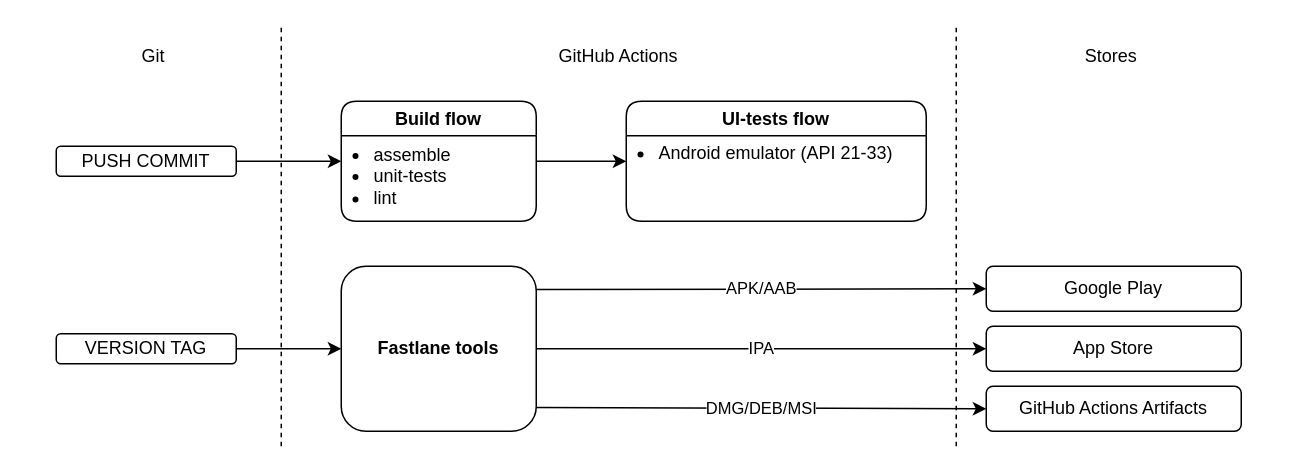
The draw.io diagram screenshoots/ci_cd.drawio in softartdev/NoteDelight, before the edit. Source tidied: cells renumbered, new cells numbered last; positions are measured from the earlier drawing's top-left corner, leaving out a move shared by most shapes. Both pictures are drawn from the tidied source at 150%, with x=0, y=0 at pixel (26, 26).
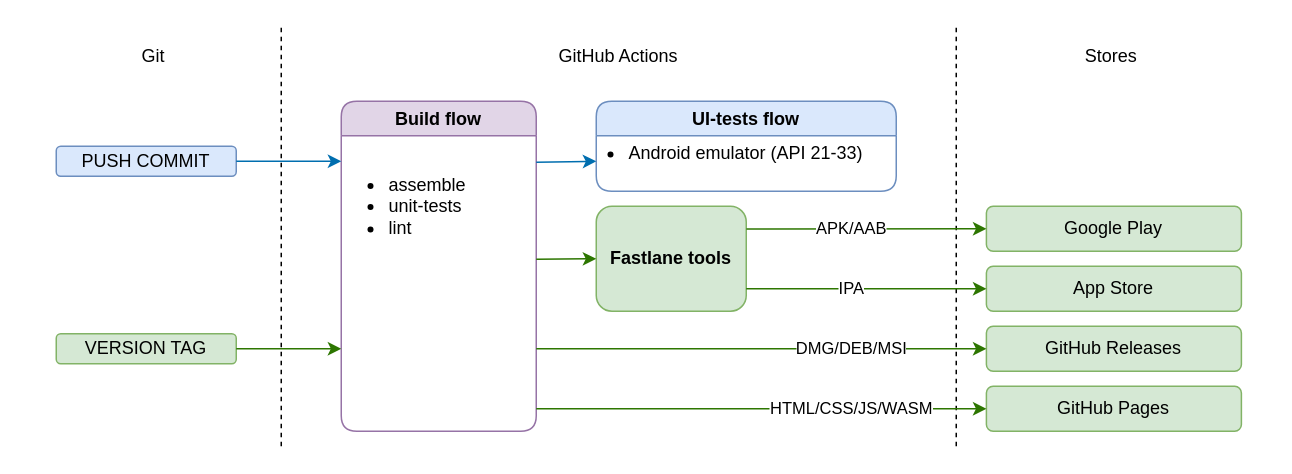
The same page after the edit.

The change refers to these unchanged cells:
```xml
<mxCell id="16" value="&lt;ul&gt;&lt;li&gt;Android emulator (API 21-33)&lt;/li&gt;&lt;/ul&gt;" style="text;html=1;align=left;verticalAlign=middle;points=[];strokeColor=none;fillColor=none;" parent="15" vertex="1">
  <mxGeometry x="-20" y="10" width="220" height="50" as="geometry" />
</mxCell>
```

Change to the diagram source:
```diff
@@
-    <mxCell id="5" value="PUSH COMMIT" style="rounded=1;whiteSpace=wrap;html=1;" parent="1" vertex="1">
+    <mxCell id="5" value="PUSH COMMIT" style="rounded=1;whiteSpace=wrap;html=1;fillColor=#dae8fc;strokeColor=#6c8ebf;" parent="1" vertex="1">
       <mxGeometry x="20" y="80" width="120" height="20" as="geometry" />
     </mxCell>
-    <mxCell id="6" value="VERSION TAG" style="rounded=1;whiteSpace=wrap;html=1;" parent="1" vertex="1">
+    <mxCell id="6" value="VERSION TAG" style="rounded=1;whiteSpace=wrap;html=1;fillColor=#d5e8d4;strokeColor=#82b366;" parent="1" vertex="1">
       <mxGeometry x="20" y="205" width="120" height="20" as="geometry" />
     </mxCell>
-    <mxCell id="7" value="&lt;b&gt;Fastlane tools&lt;/b&gt;" style="rounded=1;whiteSpace=wrap;html=1;" parent="1" vertex="1">
-      <mxGeometry x="210" y="160" width="130" height="110" as="geometry" />
+    <mxCell id="7" value="&lt;b&gt;Fastlane tools&lt;/b&gt;" style="rounded=1;whiteSpace=wrap;html=1;fillColor=#d5e8d4;strokeColor=#82b366;" parent="1" vertex="1">
+      <mxGeometry x="380" y="120" width="100" height="70" as="geometry" />
     </mxCell>
-    <mxCell id="8" value="Google Play" style="rounded=1;whiteSpace=wrap;html=1;" parent="1" vertex="1">
-      <mxGeometry x="640" y="160" width="170" height="30" as="geometry" />
+    <mxCell id="8" value="Google Play" style="rounded=1;whiteSpace=wrap;html=1;fillColor=#d5e8d4;strokeColor=#82b366;" parent="1" vertex="1">
+      <mxGeometry x="640.1" y="120" width="170" height="30" as="geometry" />
     </mxCell>
@@
-    <mxCell id="11" value="App Store" style="rounded=1;whiteSpace=wrap;html=1;" parent="1" vertex="1">
-      <mxGeometry x="640" y="200" width="170" height="30" as="geometry" />
+    <mxCell id="11" value="App Store" style="rounded=1;whiteSpace=wrap;html=1;fillColor=#d5e8d4;strokeColor=#82b366;" parent="1" vertex="1">
+      <mxGeometry x="640.1" y="160" width="170" height="30" as="geometry" />
     </mxCell>
-    <mxCell id="12" value="&lt;div&gt;GitHub Actions Artifacts&lt;/div&gt;" style="rounded=1;whiteSpace=wrap;html=1;" parent="1" vertex="1">
-      <mxGeometry x="640" y="240" width="170" height="30" as="geometry" />
+    <mxCell id="12" value="&lt;div&gt;GitHub Releases&lt;/div&gt;" style="rounded=1;whiteSpace=wrap;html=1;fillColor=#d5e8d4;strokeColor=#82b366;" parent="1" vertex="1">
+      <mxGeometry x="640.1" y="200" width="170" height="30" as="geometry" />
     </mxCell>
-    <mxCell id="13" value="Build flow" style="swimlane;whiteSpace=wrap;html=1;rounded=1;" parent="1" vertex="1">
-      <mxGeometry x="210" y="50" width="130" height="80" as="geometry" />
+    <mxCell id="13" value="Build flow" style="swimlane;whiteSpace=wrap;html=1;rounded=1;fillColor=#e1d5e7;strokeColor=#9673a6;" parent="1" vertex="1">
+      <mxGeometry x="210" y="50" width="130" height="220" as="geometry" />
     </mxCell>
     <mxCell id="14" value="&lt;ul&gt;&lt;li&gt;assemble&lt;/li&gt;&lt;li&gt;unit-tests&lt;/li&gt;&lt;li&gt;lint&lt;/li&gt;&lt;/ul&gt;" style="text;html=1;align=left;verticalAlign=middle;points=[];strokeColor=none;fillColor=none;" parent="13" vertex="1">
-      <mxGeometry x="-20" y="10" width="110" height="80" as="geometry" />
+      <mxGeometry x="-10" y="30" width="110" height="80" as="geometry" />
     </mxCell>
-    <mxCell id="15" value="UI-tests flow" style="swimlane;whiteSpace=wrap;html=1;rounded=1;" parent="1" vertex="1">
-      <mxGeometry x="400" y="50" width="200" height="80" as="geometry" />
+    <mxCell id="15" value="UI-tests flow" style="swimlane;whiteSpace=wrap;html=1;rounded=1;fillColor=#dae8fc;strokeColor=#6c8ebf;" parent="1" vertex="1">
+      <mxGeometry x="380" y="50" width="200" height="60" as="geometry" />
     </mxCell>
@@
-    <mxCell id="17" style="endArrow=classic;html=1;rounded=0;exitX=1;exitY=0.5;exitDx=0;exitDy=0;entryX=0.182;entryY=0.375;entryDx=0;entryDy=0;entryPerimeter=0;" parent="1" edge="1" source="5" target="14">
-      <mxGeometry relative="1" as="geometry" />
+    <mxCell id="17" style="endArrow=classic;html=1;rounded=0;exitX=1;exitY=0.5;exitDx=0;exitDy=0;fillColor=#1ba1e2;strokeColor=#006EAF;" parent="1" edge="1" source="5">
+      <mxGeometry relative="1" as="geometry">
+        <mxPoint x="210" y="90" as="targetPoint" />
+      </mxGeometry>
     </mxCell>
-    <mxCell id="18" style="endArrow=classic;html=1;rounded=0;exitX=1;exitY=0.5;exitDx=0;exitDy=0;entryX=0;entryY=0.5;entryDx=0;entryDy=0;" parent="1" edge="1" source="13" target="15">
-      <mxGeometry relative="1" as="geometry" />
+    <mxCell id="18" style="endArrow=classic;html=1;rounded=0;entryX=0.091;entryY=0.6;entryDx=0;entryDy=0;entryPerimeter=0;fillColor=#1ba1e2;strokeColor=#006EAF;" parent="1" edge="1" target="16">
+      <mxGeometry relative="1" as="geometry">
+        <mxPoint x="340" y="90.7" as="sourcePoint" />
+      </mxGeometry>
     </mxCell>
-    <mxCell id="19" style="endArrow=classic;html=1;rounded=0;exitX=1;exitY=0.5;exitDx=0;exitDy=0;entryX=0;entryY=0.5;entryDx=0;entryDy=0;" parent="1" edge="1" source="6" target="7">
-      <mxGeometry relative="1" as="geometry" />
+    <mxCell id="19" style="endArrow=classic;html=1;rounded=0;exitX=1;exitY=0.5;exitDx=0;exitDy=0;fillColor=#60a917;strokeColor=#2D7600;" parent="1" edge="1" source="6">
+      <mxGeometry relative="1" as="geometry">
+        <mxPoint x="210" y="215" as="targetPoint" />
+      </mxGeometry>
     </mxCell>
-    <mxCell id="20" value="APK/AAB" style="endArrow=classic;html=1;rounded=0;entryX=0;entryY=0.5;entryDx=0;entryDy=0;exitX=0.999;exitY=0.141;exitDx=0;exitDy=0;exitPerimeter=0;" parent="1" edge="1" source="7" target="8">
-      <mxGeometry relative="1" as="geometry" />
+    <mxCell id="20" value="APK/AAB" style="endArrow=classic;html=1;rounded=0;entryX=0;entryY=0.5;entryDx=0;entryDy=0;exitX=1.001;exitY=0.217;exitDx=0;exitDy=0;exitPerimeter=0;fillColor=#60a917;strokeColor=#2D7600;" parent="1" edge="1" source="7" target="8">
+      <mxGeometry x="-0.13" relative="1" as="geometry" />
     </mxCell>
-    <mxCell id="21" value="IPA" style="endArrow=classic;html=1;rounded=0;entryX=0;entryY=0.5;entryDx=0;entryDy=0;exitX=1;exitY=0.5;exitDx=0;exitDy=0;" parent="1" edge="1" source="7" target="11">
-      <mxGeometry relative="1" as="geometry" />
+    <mxCell id="21" value="IPA" style="endArrow=classic;html=1;rounded=0;entryX=0;entryY=0.5;entryDx=0;entryDy=0;exitX=1;exitY=0.786;exitDx=0;exitDy=0;exitPerimeter=0;fillColor=#60a917;strokeColor=#2D7600;" parent="1" edge="1" source="7" target="11">
+      <mxGeometry x="-0.13" relative="1" as="geometry" />
     </mxCell>
-    <mxCell id="22" value="DMG/DEB/MSI" style="endArrow=classic;html=1;rounded=0;entryX=0;entryY=0.5;entryDx=0;entryDy=0;exitX=0.999;exitY=0.856;exitDx=0;exitDy=0;exitPerimeter=0;" parent="1" edge="1" source="7" target="12">
-      <mxGeometry relative="1" as="geometry" />
+    <mxCell id="22" value="DMG/DEB/MSI" style="endArrow=classic;html=1;rounded=0;entryX=0;entryY=0.5;entryDx=0;entryDy=0;fillColor=#60a917;strokeColor=#2D7600;" parent="1" edge="1" target="12">
+      <mxGeometry x="0.4" relative="1" as="geometry">
+        <mxPoint x="340" y="215" as="sourcePoint" />
+      </mxGeometry>
     </mxCell>
+    <mxCell id="23" style="endArrow=classic;html=1;rounded=0;entryX=0;entryY=0.5;entryDx=0;entryDy=0;fillColor=#60a917;strokeColor=#2D7600;" parent="1" edge="1" target="7">
+      <mxGeometry relative="1" as="geometry">
+        <mxPoint x="340" y="155.3" as="sourcePoint" />
+      </mxGeometry>
+    </mxCell>
+    <mxCell id="24" value="&lt;div&gt;GitHub Pages&lt;/div&gt;" style="rounded=1;whiteSpace=wrap;html=1;fillColor=#d5e8d4;strokeColor=#82b366;" parent="1" vertex="1">
+      <mxGeometry x="640.1" y="240" width="170" height="30" as="geometry" />
+    </mxCell>
+    <mxCell id="25" value="HTML/CSS/JS/WASM" style="endArrow=classic;html=1;rounded=0;entryX=0;entryY=0.5;entryDx=0;entryDy=0;fillColor=#60a917;strokeColor=#2D7600;" parent="1" edge="1" target="24">
+      <mxGeometry x="0.4" relative="1" as="geometry">
+        <mxPoint x="340" y="255" as="sourcePoint" />
+      </mxGeometry>
+    </mxCell>
```
